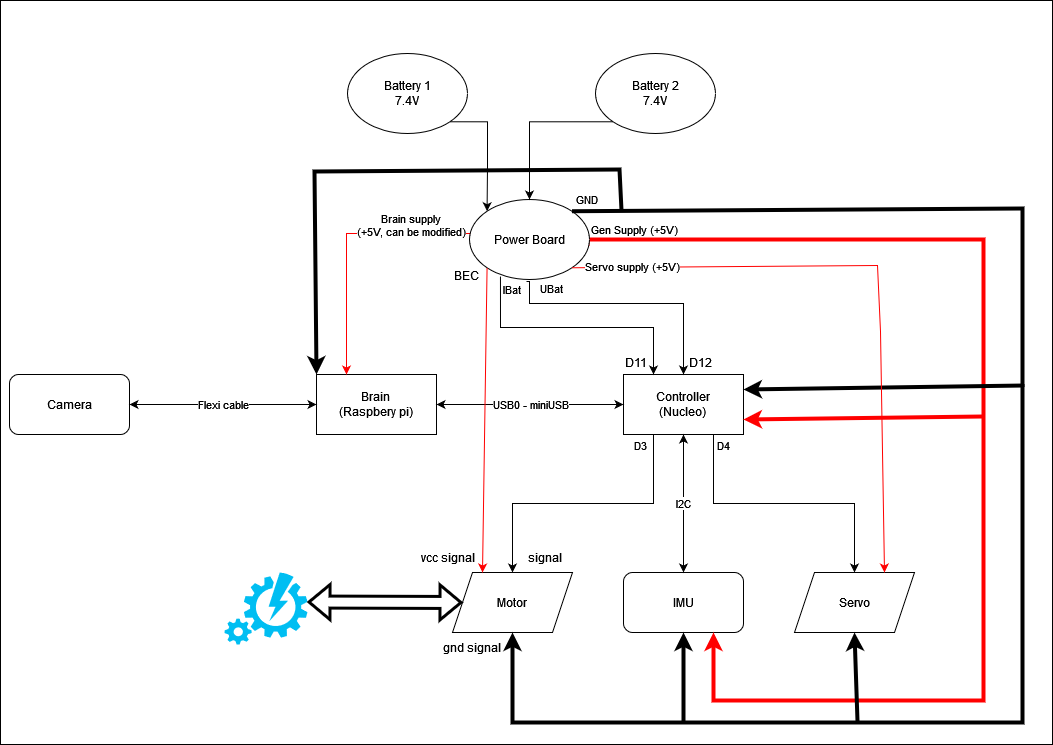
Above: source/images/hardwaresetupforcar/ConnectionDiagram.png in ECC-BFMC/Documentation (draw.io), before the change. Source tidied: cells renumbered, new cells last; positions are measured from the earlier drawing's top-left corner, leaving out a move shared by most shapes.
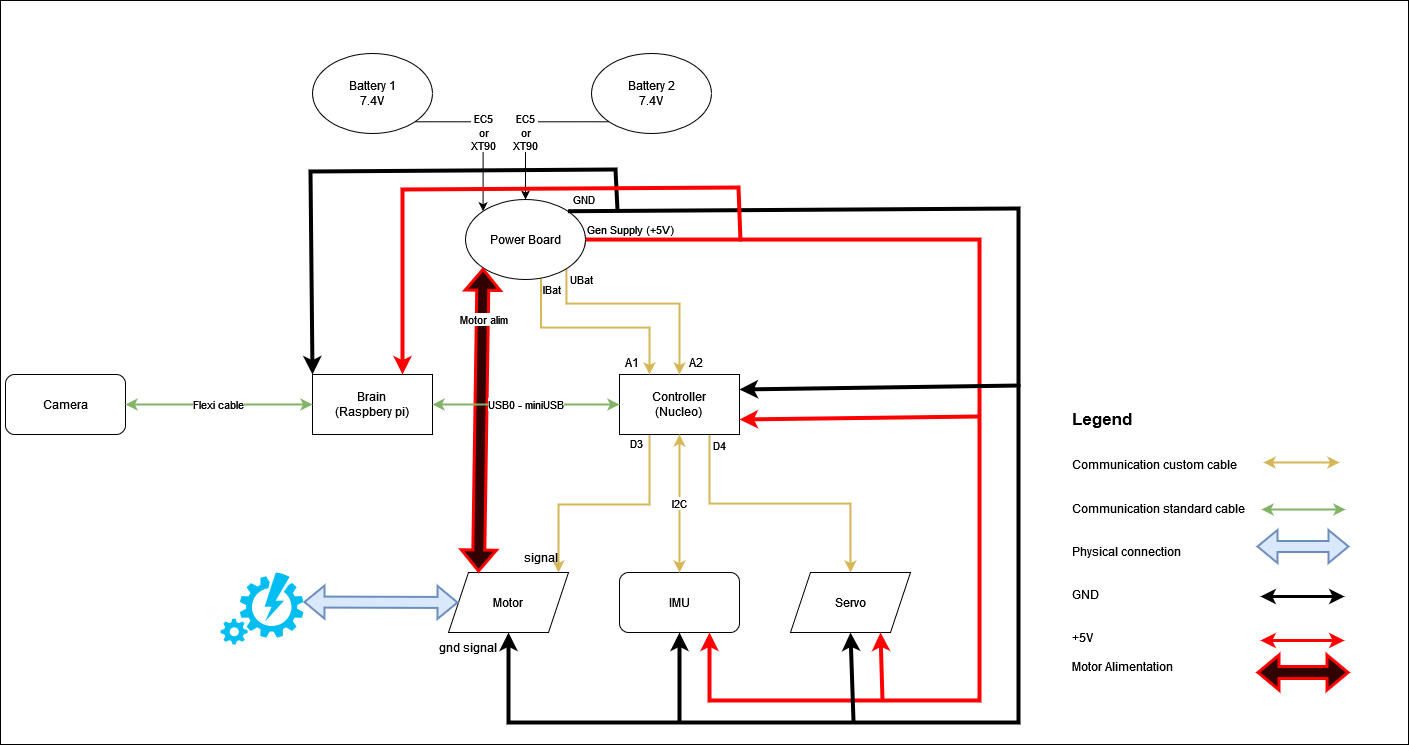
After the change.

Diff of the diagram source:
```diff
@@ -3,33 +3,35 @@
     <mxCell id="0" />
     <mxCell id="1" parent="0" />
     <mxCell id="2" style="rounded=0;whiteSpace=wrap;html=1;" parent="1" vertex="1">
-      <mxGeometry width="1052" height="744" as="geometry" />
+      <mxGeometry x="4" width="1408" height="744" as="geometry" />
     </mxCell>
     <mxCell id="3" value="&lt;div&gt;Brain&lt;/div&gt;&lt;div&gt;(Raspbery pi)&lt;br&gt;&lt;/div&gt;" style="rounded=0;whiteSpace=wrap;html=1;" parent="1" vertex="1">
       <mxGeometry x="316" y="374" width="120" height="60" as="geometry" />
     </mxCell>
-    <mxCell id="4" value="D3" style="edgeStyle=orthogonalEdgeStyle;rounded=0;jettySize=auto;html=1;exitX=0.25;exitY=1;exitDx=0;exitDy=0;" parent="1" edge="1" source="6" target="12">
-      <mxGeometry x="-0.92" y="-13" relative="1" as="geometry" />
+    <mxCell id="4" value="D3" style="edgeStyle=orthogonalEdgeStyle;rounded=0;jettySize=auto;html=1;exitX=0.25;exitY=1;exitDx=0;exitDy=0;entryX=0.75;entryY=1;entryDx=0;entryDy=0;fillColor=#fff2cc;strokeColor=#d6b656;strokeWidth=2;" parent="1" edge="1" source="6" target="36">
+      <mxGeometry x="-0.92" y="-13" relative="1" as="geometry">
+        <Array as="points">
+          <mxPoint x="653" y="504" />
+          <mxPoint x="562" y="504" />
+        </Array>
+      </mxGeometry>
     </mxCell>
-    <mxCell id="5" value="D4" style="edgeStyle=orthogonalEdgeStyle;rounded=0;jettySize=auto;html=1;exitX=0.75;exitY=1;exitDx=0;exitDy=0;entryX=0.5;entryY=0;entryDx=0;entryDy=0;" parent="1" edge="1" source="6" target="13">
+    <mxCell id="5" value="D4" style="edgeStyle=orthogonalEdgeStyle;rounded=0;jettySize=auto;html=1;exitX=0.75;exitY=1;exitDx=0;exitDy=0;entryX=0.5;entryY=0;entryDx=0;entryDy=0;strokeWidth=2;fillColor=#fff2cc;strokeColor=#d6b656;" parent="1" edge="1" source="6" target="13">
       <mxGeometry x="-0.92" y="10" relative="1" as="geometry" />
     </mxCell>
     <mxCell id="6" value="&lt;div&gt;Controller&lt;/div&gt;&lt;div&gt;(Nucleo)&lt;br&gt;&lt;/div&gt;" style="rounded=0;whiteSpace=wrap;html=1;" parent="1" vertex="1">
       <mxGeometry x="623" y="374" width="120" height="60" as="geometry" />
     </mxCell>
-    <mxCell id="7" value="USB0 - miniUSB" style="endArrow=classic;startArrow=classic;html=1;rounded=0;entryX=0;entryY=0.5;entryDx=0;entryDy=0;exitX=1;exitY=0.5;exitDx=0;exitDy=0;" parent="1" edge="1" source="3" target="6">
-      <mxGeometry relative="1" as="geometry" />
-    </mxCell>
     <mxCell id="8" value="Camera" style="rounded=1;whiteSpace=wrap;html=1;" parent="1" vertex="1">
       <mxGeometry x="9" y="374" width="120" height="60" as="geometry" />
     </mxCell>
     <mxCell id="9" value="IMU" style="rounded=1;whiteSpace=wrap;html=1;" parent="1" vertex="1">
       <mxGeometry x="623" y="572" width="120" height="60" as="geometry" />
     </mxCell>
-    <mxCell id="10" value="Flexi cable" style="endArrow=classic;startArrow=classic;html=1;rounded=0;exitX=1;exitY=0.5;exitDx=0;exitDy=0;entryX=0;entryY=0.5;entryDx=0;entryDy=0;" parent="1" edge="1" source="8" target="3">
+    <mxCell id="10" value="Flexi cable" style="endArrow=classic;startArrow=classic;html=1;rounded=0;exitX=1;exitY=0.5;exitDx=0;exitDy=0;entryX=0;entryY=0.5;entryDx=0;entryDy=0;fillColor=#d5e8d4;strokeColor=#82b366;strokeWidth=2;" parent="1" edge="1" source="8" target="3">
       <mxGeometry relative="1" as="geometry" />
     </mxCell>
-    <mxCell id="11" value="I2C" style="endArrow=classic;startArrow=classic;html=1;rounded=0;entryX=0.5;entryY=1;entryDx=0;entryDy=0;" parent="1" edge="1" source="9" target="6">
+    <mxCell id="11" value="I2C" style="endArrow=classic;startArrow=classic;html=1;rounded=0;entryX=0.5;entryY=1;entryDx=0;entryDy=0;fillColor=#fff2cc;strokeColor=#d6b656;strokeWidth=2;" parent="1" edge="1" source="9" target="6">
       <mxGeometry relative="1" as="geometry" />
     </mxCell>
     <mxCell id="12" value="Motor" style="shape=parallelogram;perimeter=parallelogramPerimeter;whiteSpace=wrap;html=1;fixedSize=1;" parent="1" vertex="1">
@@ -38,22 +40,18 @@
     <mxCell id="13" value="Servo" style="shape=parallelogram;perimeter=parallelogramPerimeter;whiteSpace=wrap;html=1;fixedSize=1;" parent="1" vertex="1">
       <mxGeometry x="794" y="572" width="120" height="60" as="geometry" />
     </mxCell>
-    <mxCell id="14" value="Brain supply&lt;br&gt;&lt;div&gt;(+5V, can be modified)&lt;/div&gt;" style="edgeStyle=orthogonalEdgeStyle;rounded=0;jettySize=auto;html=1;exitX=0.025;exitY=0.425;exitDx=0;exitDy=0;entryX=0.25;entryY=0;entryDx=0;entryDy=0;strokeColor=#ff0000;exitPerimeter=0;" parent="1" edge="1" source="18" target="3">
-      <mxGeometry x="-0.54" y="-8" relative="1" as="geometry" />
-    </mxCell>
-    <mxCell id="15" value="&lt;div&gt;IBat&lt;br&gt;&lt;/div&gt;" style="edgeStyle=orthogonalEdgeStyle;rounded=0;jettySize=auto;html=1;exitX=0.258;exitY=0.963;exitDx=0;exitDy=0;entryX=0.25;entryY=0;entryDx=0;entryDy=0;exitPerimeter=0;" parent="1" edge="1" source="18" target="6">
+    <mxCell id="15" value="&lt;div&gt;IBat&lt;br&gt;&lt;/div&gt;" style="edgeStyle=orthogonalEdgeStyle;rounded=0;jettySize=auto;html=1;exitX=0.629;exitY=0.992;exitDx=0;exitDy=0;entryX=0.25;entryY=0;entryDx=0;entryDy=0;exitPerimeter=0;fillColor=#fff2cc;strokeColor=#d6b656;strokeWidth=2;" parent="1" edge="1" source="18" target="6">
       <mxGeometry x="-0.9" y="11" relative="1" as="geometry">
         <Array as="points">
-          <mxPoint x="500" y="327" />
+          <mxPoint x="545" y="327" />
           <mxPoint x="653" y="327" />
         </Array>
       </mxGeometry>
     </mxCell>
-    <mxCell id="16" value="UBat" style="edgeStyle=orthogonalEdgeStyle;rounded=0;jettySize=auto;html=1;entryX=0.5;entryY=0;entryDx=0;entryDy=0;" parent="1" edge="1" target="6">
-      <mxGeometry x="-0.62" y="15" relative="1" as="geometry">
-        <mxPoint x="526" y="281" as="sourcePoint" />
+    <mxCell id="16" value="UBat" style="edgeStyle=orthogonalEdgeStyle;rounded=0;jettySize=auto;html=1;entryX=0.5;entryY=0;entryDx=0;entryDy=0;exitX=0.841;exitY=0.869;exitDx=0;exitDy=0;exitPerimeter=0;fillColor=#fff2cc;strokeColor=#d6b656;strokeWidth=2;" parent="1" edge="1" source="18" target="6">
+      <mxGeometry x="-0.9" y="15" relative="1" as="geometry">
         <Array as="points">
-          <mxPoint x="529" y="303" />
+          <mxPoint x="570" y="303" />
           <mxPoint x="683" y="303" />
         </Array>
       </mxGeometry>
@@ -71,14 +69,14 @@
     <mxCell id="18" value="Power Board" style="ellipse;whiteSpace=wrap;html=1;" parent="1" vertex="1">
       <mxGeometry x="469" y="199" width="120" height="80" as="geometry" />
     </mxCell>
-    <mxCell id="19" style="edgeStyle=orthogonalEdgeStyle;rounded=0;jettySize=auto;html=1;exitX=1;exitY=1;exitDx=0;exitDy=0;entryX=0;entryY=0;entryDx=0;entryDy=0;" parent="1" edge="1" source="20" target="18">
+    <mxCell id="19" value="&lt;div&gt;EC5&lt;/div&gt;&lt;div&gt;or&lt;/div&gt;&lt;div&gt;XT90&lt;br&gt;&lt;/div&gt;" style="edgeStyle=orthogonalEdgeStyle;rounded=0;jettySize=auto;html=1;exitX=1;exitY=1;exitDx=0;exitDy=0;entryX=0;entryY=0;entryDx=0;entryDy=0;" parent="1" edge="1" source="20" target="18">
       <mxGeometry relative="1" as="geometry" />
     </mxCell>
     <mxCell id="20" value="&lt;div&gt;Battery 1&lt;/div&gt;&lt;div&gt;7.4V&lt;br&gt;&lt;/div&gt;" style="ellipse;whiteSpace=wrap;html=1;" parent="1" vertex="1">
-      <mxGeometry x="347" y="53" width="120" height="80" as="geometry" />
+      <mxGeometry x="316" y="53" width="120" height="80" as="geometry" />
     </mxCell>
-    <mxCell id="21" style="edgeStyle=orthogonalEdgeStyle;rounded=0;jettySize=auto;html=1;exitX=0;exitY=1;exitDx=0;exitDy=0;" parent="1" edge="1" source="22" target="18">
-      <mxGeometry relative="1" as="geometry" />
+    <mxCell id="21" value="&lt;div&gt;EC5 &lt;br&gt;&lt;/div&gt;&lt;div&gt;or&lt;/div&gt;&lt;div&gt;XT90&lt;/div&gt;" style="edgeStyle=orthogonalEdgeStyle;rounded=0;jettySize=auto;html=1;exitX=0;exitY=1;exitDx=0;exitDy=0;" parent="1" edge="1" source="22" target="18">
+      <mxGeometry x="0.17" relative="1" as="geometry" />
     </mxCell>
     <mxCell id="22" value="&lt;div&gt;Battery 2&lt;/div&gt;&lt;div&gt;7.4V&lt;br&gt;&lt;/div&gt;" style="ellipse;whiteSpace=wrap;html=1;" parent="1" vertex="1">
       <mxGeometry x="595" y="53" width="120" height="80" as="geometry" />
@@ -119,18 +117,10 @@
     <mxCell id="28" value="gnd signal" style="text;html=1;strokeColor=none;fillColor=none;align=center;verticalAlign=middle;whiteSpace=wrap;rounded=0;" parent="1" vertex="1">
       <mxGeometry x="438" y="632" width="68" height="30" as="geometry" />
     </mxCell>
-    <mxCell id="29" value="Servo supply (+5V)" style="endArrow=classic;html=1;rounded=0;strokeColor=#ff0000;strokeWidth=1;jumpSize=21;exitX=1;exitY=1;exitDx=0;exitDy=0;entryX=0.75;entryY=0;entryDx=0;entryDy=0;" parent="1" edge="1" source="18" target="13">
-      <mxGeometry x="-0.8" y="1" relative="1" as="geometry">
-        <Array as="points">
-          <mxPoint x="877" y="265" />
-          <mxPoint x="880" y="331" />
-        </Array>
-      </mxGeometry>
-    </mxCell>
-    <mxCell id="30" value="D12" style="text;html=1;strokeColor=none;fillColor=none;align=center;verticalAlign=middle;whiteSpace=wrap;rounded=0;" parent="1" vertex="1">
+    <mxCell id="30" value="A2" style="text;html=1;strokeColor=none;fillColor=none;align=center;verticalAlign=middle;whiteSpace=wrap;rounded=0;" parent="1" vertex="1">
       <mxGeometry x="670" y="347" width="60" height="30" as="geometry" />
     </mxCell>
-    <mxCell id="31" value="D11" style="text;html=1;strokeColor=none;fillColor=none;align=center;verticalAlign=middle;whiteSpace=wrap;rounded=0;" parent="1" vertex="1">
+    <mxCell id="31" value="A1" style="text;html=1;strokeColor=none;fillColor=none;align=center;verticalAlign=middle;whiteSpace=wrap;rounded=0;" parent="1" vertex="1">
       <mxGeometry x="606" y="347" width="60" height="30" as="geometry" />
     </mxCell>
     <mxCell id="32" style="endArrow=classic;html=1;rounded=0;strokeColor=#ff0000;strokeWidth=4;jumpSize=21;entryX=1;entryY=0.75;entryDx=0;entryDy=0;" parent="1" edge="1" target="6">
@@ -138,23 +128,73 @@
         <mxPoint x="982" y="416" as="sourcePoint" />
       </mxGeometry>
     </mxCell>
-    <mxCell id="33" style="endArrow=classic;html=1;rounded=0;exitX=0;exitY=1;exitDx=0;exitDy=0;entryX=0.25;entryY=0;entryDx=0;entryDy=0;strokeColor=#FF0000;" parent="1" edge="1" source="18" target="12">
-      <mxGeometry relative="1" as="geometry" />
-    </mxCell>
-    <mxCell id="34" value="BEC" style="text;html=1;strokeColor=none;fillColor=none;align=center;verticalAlign=middle;whiteSpace=wrap;rounded=0;" parent="1" vertex="1">
-      <mxGeometry x="436" y="260" width="60" height="30" as="geometry" />
-    </mxCell>
-    <mxCell id="35" value="vcc signal" style="text;html=1;strokeColor=none;fillColor=none;align=center;verticalAlign=middle;whiteSpace=wrap;rounded=0;" parent="1" vertex="1">
-      <mxGeometry x="414" y="542" width="68" height="30" as="geometry" />
-    </mxCell>
     <mxCell id="36" value="signal" style="text;html=1;strokeColor=none;fillColor=none;align=center;verticalAlign=middle;whiteSpace=wrap;rounded=0;" parent="1" vertex="1">
       <mxGeometry x="511" y="542" width="68" height="30" as="geometry" />
     </mxCell>
     <mxCell id="37" style="verticalLabelPosition=bottom;html=1;verticalAlign=top;align=center;strokeColor=none;fillColor=#00BEF2;shape=mxgraph.azure.automation;" parent="1" vertex="1">
       <mxGeometry x="224" y="572" width="83" height="72" as="geometry" />
     </mxCell>
-    <mxCell id="38" style="shape=flexArrow;endArrow=classic;startArrow=classic;html=1;rounded=0;exitX=1;exitY=0.41;exitDx=0;exitDy=0;exitPerimeter=0;entryX=0;entryY=0.5;entryDx=0;entryDy=0;strokeWidth=3;" parent="1" edge="1" source="37" target="12">
+    <mxCell id="38" style="shape=flexArrow;endArrow=classic;startArrow=classic;html=1;rounded=0;exitX=1;exitY=0.41;exitDx=0;exitDy=0;exitPerimeter=0;entryX=0;entryY=0.5;entryDx=0;entryDy=0;strokeWidth=2;fillColor=#dae8fc;strokeColor=#6c8ebf;" parent="1" edge="1" source="37" target="12">
       <mxGeometry relative="1" as="geometry" />
     </mxCell>
+    <mxCell id="39" style="endArrow=classic;html=1;rounded=0;strokeColor=#ff0000;strokeWidth=4;jumpSize=21;entryX=0.75;entryY=0;entryDx=0;entryDy=0;" parent="1" edge="1" target="3">
+      <mxGeometry relative="1" as="geometry">
+        <mxPoint x="744" y="241" as="sourcePoint" />
+        <Array as="points">
+          <mxPoint x="742" y="187" />
+          <mxPoint x="406" y="189" />
+        </Array>
+      </mxGeometry>
+    </mxCell>
+    <mxCell id="40" style="endArrow=classic;html=1;rounded=0;strokeColor=#ff0000;strokeWidth=4;jumpSize=21;entryX=0.75;entryY=1;entryDx=0;entryDy=0;" parent="1" edge="1" target="13">
+      <mxGeometry relative="1" as="geometry">
+        <mxPoint x="886" y="700" as="sourcePoint" />
+      </mxGeometry>
+    </mxCell>
+    <mxCell id="41" value="&lt;div align=&quot;left&quot;&gt;&lt;font style=&quot;font-size: 17px;&quot;&gt;&lt;b&gt;Legend&lt;/b&gt;&lt;br&gt;&lt;/font&gt;&lt;/div&gt;&lt;div align=&quot;left&quot;&gt;&lt;br&gt;&lt;/div&gt;&lt;div align=&quot;left&quot;&gt;&lt;br&gt;&lt;/div&gt;&lt;div align=&quot;left&quot;&gt;Communication custom cable&lt;/div&gt;&lt;div align=&quot;left&quot;&gt;&lt;br&gt;&lt;/div&gt;&lt;div&gt;&lt;br&gt;&lt;/div&gt;&lt;div&gt;Communication standard cable&lt;/div&gt;&lt;div&gt;&lt;br&gt;&lt;/div&gt;&lt;div&gt;&lt;br&gt;&lt;/div&gt;&lt;div&gt;Physical connection&lt;/div&gt;&lt;div&gt;&lt;br&gt;&lt;/div&gt;&lt;div&gt;&lt;br&gt;&lt;/div&gt;&lt;div&gt;GND&lt;/div&gt;&lt;div&gt;&lt;br&gt;&lt;/div&gt;&lt;div&gt;&lt;br&gt;&lt;/div&gt;&lt;div&gt;+5V&lt;/div&gt;&lt;div&gt;&lt;br&gt;&lt;/div&gt;&lt;div&gt;Motor Alimentation&lt;br&gt;&lt;/div&gt;" style="text;html=1;strokeColor=none;fillColor=none;align=left;verticalAlign=middle;whiteSpace=wrap;rounded=0;" parent="1" vertex="1">
+      <mxGeometry x="1074" y="360" width="184" height="361" as="geometry" />
+    </mxCell>
+    <mxCell id="42" style="endArrow=classic;startArrow=classic;html=1;rounded=0;entryX=0;entryY=0.5;entryDx=0;entryDy=0;fillColor=#d5e8d4;strokeColor=#82b366;strokeWidth=2;" parent="1" edge="1">
+      <mxGeometry relative="1" as="geometry">
+        <mxPoint x="1265" y="509" as="sourcePoint" />
+        <mxPoint x="1349" y="509" as="targetPoint" />
+      </mxGeometry>
+    </mxCell>
+    <mxCell id="43" style="endArrow=classic;startArrow=classic;html=1;rounded=0;fillColor=#fff2cc;strokeColor=#d6b656;strokeWidth=2;" parent="1" edge="1">
+      <mxGeometry relative="1" as="geometry">
+        <mxPoint x="1267" y="462" as="sourcePoint" />
+        <mxPoint x="1343" y="462" as="targetPoint" />
+      </mxGeometry>
+    </mxCell>
+    <mxCell id="44" style="shape=flexArrow;endArrow=classic;startArrow=classic;html=1;rounded=0;strokeWidth=2;fillColor=#dae8fc;strokeColor=#6c8ebf;" parent="1" edge="1">
+      <mxGeometry relative="1" as="geometry">
+        <mxPoint x="1260" y="546" as="sourcePoint" />
+        <mxPoint x="1353" y="546" as="targetPoint" />
+      </mxGeometry>
+    </mxCell>
+    <mxCell id="45" style="endArrow=classic;startArrow=classic;html=1;rounded=0;entryX=0;entryY=0.5;entryDx=0;entryDy=0;fillColor=#d5e8d4;strokeColor=#000000;strokeWidth=3;" parent="1" edge="1">
+      <mxGeometry relative="1" as="geometry">
+        <mxPoint x="1264" y="596" as="sourcePoint" />
+        <mxPoint x="1348" y="596" as="targetPoint" />
+      </mxGeometry>
+    </mxCell>
+    <mxCell id="46" style="endArrow=classic;startArrow=classic;html=1;rounded=0;entryX=0;entryY=0.5;entryDx=0;entryDy=0;fillColor=#d5e8d4;strokeColor=#FF0000;strokeWidth=3;" parent="1" edge="1">
+      <mxGeometry relative="1" as="geometry">
+        <mxPoint x="1264" y="640" as="sourcePoint" />
+        <mxPoint x="1348" y="640" as="targetPoint" />
+      </mxGeometry>
+    </mxCell>
+    <mxCell id="47" value="Motor alim" style="shape=flexArrow;endArrow=classic;startArrow=classic;html=1;rounded=0;exitX=0.25;exitY=0;exitDx=0;exitDy=0;entryX=0;entryY=1;entryDx=0;entryDy=0;fillColor=#330000;strokeColor=#ff0000;gradientColor=none;strokeWidth=3;" parent="1" edge="1" source="12" target="18">
+      <mxGeometry x="0.66" y="-1" relative="1" as="geometry" />
+    </mxCell>
+    <mxCell id="48" style="shape=flexArrow;endArrow=classic;startArrow=classic;html=1;rounded=0;strokeWidth=3;fillColor=#330000;strokeColor=#ff0000;" parent="1" edge="1">
+      <mxGeometry relative="1" as="geometry">
+        <mxPoint x="1260" y="672" as="sourcePoint" />
+        <mxPoint x="1353" y="672" as="targetPoint" />
+      </mxGeometry>
+    </mxCell>
+    <mxCell id="7" value="USB0 - miniUSB" style="endArrow=classic;startArrow=classic;html=1;rounded=0;entryX=0;entryY=0.5;entryDx=0;entryDy=0;exitX=1;exitY=0.5;exitDx=0;exitDy=0;fillColor=#d5e8d4;strokeColor=#82b366;strokeWidth=2;" parent="1" edge="1" source="3" target="6">
+      <mxGeometry relative="1" as="geometry" />
+    </mxCell>
   </root>
 </mxGraphModel>
```
